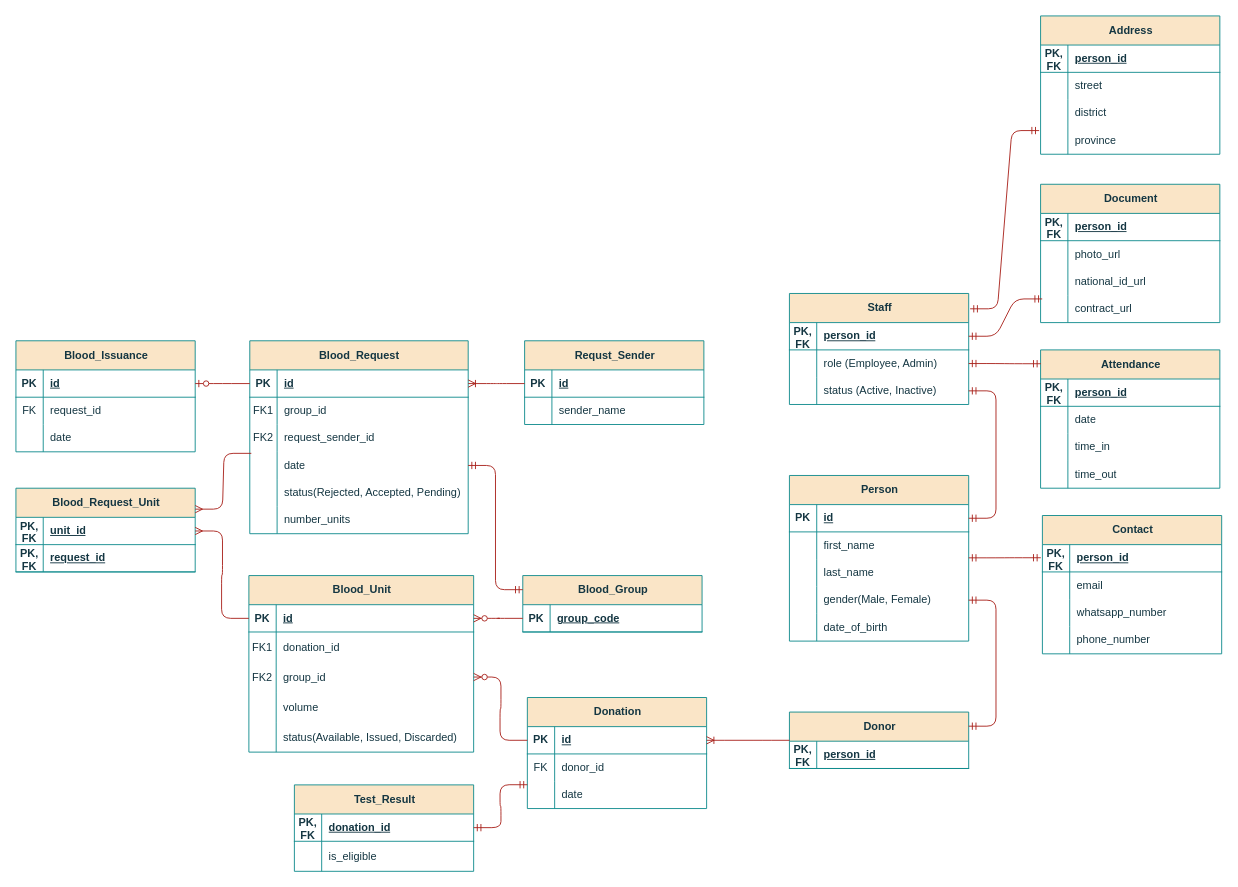
The draw.io diagram Blood Bank Database System/ERD_Files/ERD.drawio in reza720/database-projects-collection, before the edit. Source tidied: cells renumbered, new cells numbered last; positions are measured from the earlier drawing's top-left corner, leaving out a move shared by most shapes. Both pictures are drawn from the tidied source at 91%, with x=0, y=0 at pixel (15, 15).
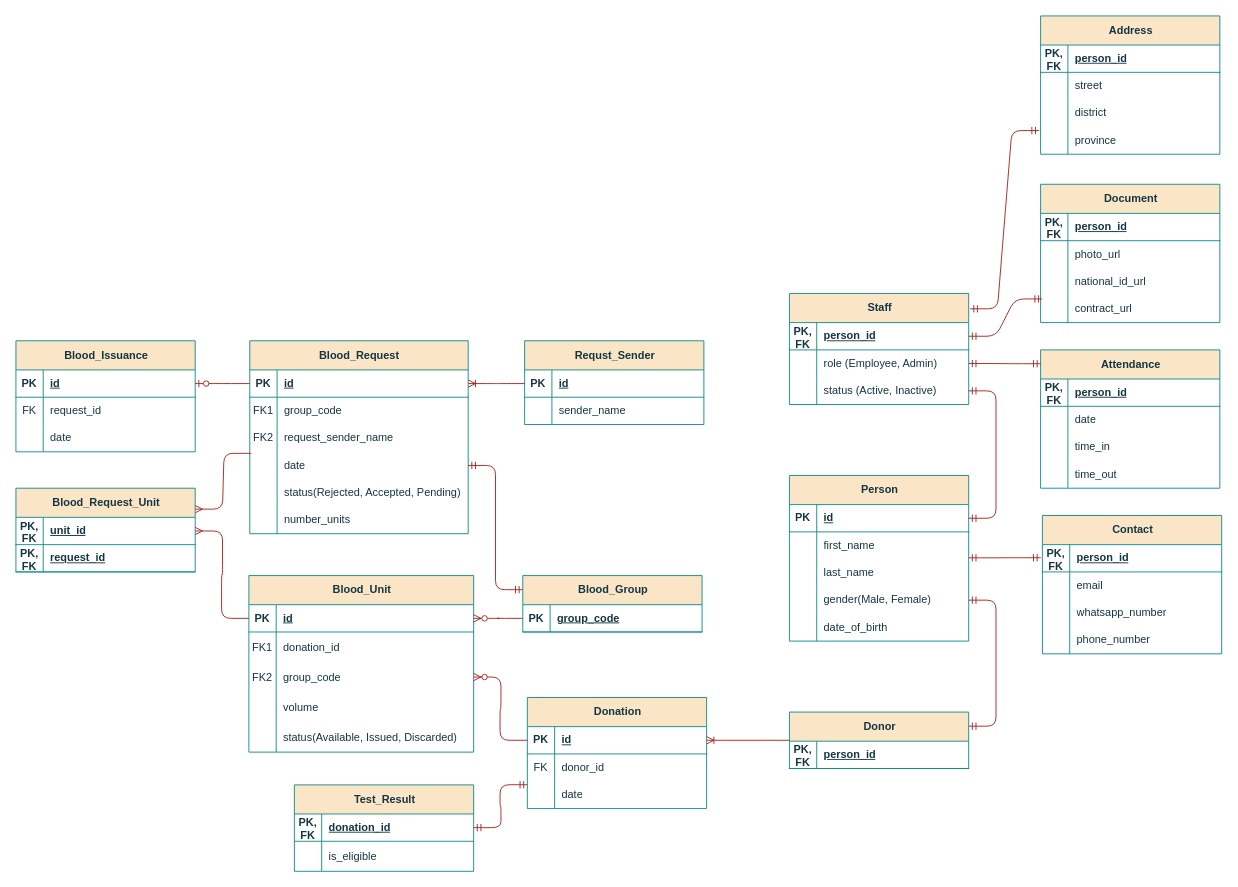
After the change.

Commit message (it also covers changes not shown here):
ERD FKs fixed

The change refers to these unchanged cells:
```xml
<mxCell id="116" style="shape=tableRow;horizontal=0;startSize=0;swimlaneHead=0;swimlaneBody=0;fillColor=none;points=[[0,0.5],[1,0.5]];portConstraint=eastwest;top=0;left=0;right=0;bottom=0;labelBackgroundColor=none;textShadow=0;fontStyle=1;strokeColor=#0F8B8D;fontColor=#143642;" parent="109" vertex="1">
  <mxGeometry y="95" width="247" height="33" as="geometry" />
</mxCell>
<mxCell id="135" style="shape=tableRow;horizontal=0;startSize=0;swimlaneHead=0;swimlaneBody=0;fillColor=none;top=0;left=0;right=0;bottom=0;labelBackgroundColor=none;textShadow=0;fontStyle=1;strokeColor=#0F8B8D;fontColor=#143642;" parent="131" vertex="1">
  <mxGeometry y="62" width="240" height="30" as="geometry" />
</mxCell>
<mxCell id="138" style="shape=tableRow;horizontal=0;startSize=0;swimlaneHead=0;swimlaneBody=0;fillColor=none;top=0;left=0;right=0;bottom=0;labelBackgroundColor=none;textShadow=0;fontStyle=1;strokeColor=#0F8B8D;fontColor=#143642;" parent="131" vertex="1">
  <mxGeometry y="92" width="240" height="30" as="geometry" />
</mxCell>
```

Change to the diagram source:
```diff
@@
-    <mxCell id="118" value="group_id" style="shape=partialRectangle;fillColor=none;top=0;left=0;bottom=0;right=0;align=left;spacingLeft=6;overflow=hidden;whiteSpace=wrap;html=1;labelBackgroundColor=none;textShadow=0;strokeColor=#0F8B8D;fontColor=#143642;" parent="116" vertex="1">
+    <mxCell id="118" value="group_code" style="shape=partialRectangle;fillColor=none;top=0;left=0;bottom=0;right=0;align=left;spacingLeft=6;overflow=hidden;whiteSpace=wrap;html=1;labelBackgroundColor=none;textShadow=0;strokeColor=#0F8B8D;fontColor=#143642;" parent="116" vertex="1">
       <mxGeometry x="30" width="217" height="33" as="geometry" />
     </mxCell>
@@
-    <mxCell id="137" value="group_id" style="shape=partialRectangle;fillColor=none;top=0;left=0;bottom=0;right=0;align=left;spacingLeft=6;overflow=hidden;whiteSpace=wrap;html=1;labelBackgroundColor=none;textShadow=0;strokeColor=#0F8B8D;fontColor=#143642;" parent="135" vertex="1">
+    <mxCell id="137" value="group_code" style="shape=partialRectangle;fillColor=none;top=0;left=0;bottom=0;right=0;align=left;spacingLeft=6;overflow=hidden;whiteSpace=wrap;html=1;labelBackgroundColor=none;textShadow=0;strokeColor=#0F8B8D;fontColor=#143642;" parent="135" vertex="1">
       <mxGeometry x="30" width="210" height="30" as="geometry" />
     </mxCell>
@@
-    <mxCell id="140" value="request_sender_id" style="shape=partialRectangle;fillColor=none;top=0;left=0;bottom=0;right=0;align=left;spacingLeft=6;overflow=hidden;whiteSpace=wrap;html=1;labelBackgroundColor=none;textShadow=0;strokeColor=#0F8B8D;fontColor=#143642;" parent="138" vertex="1">
+    <mxCell id="140" value="request_sender_name" style="shape=partialRectangle;fillColor=none;top=0;left=0;bottom=0;right=0;align=left;spacingLeft=6;overflow=hidden;whiteSpace=wrap;html=1;labelBackgroundColor=none;textShadow=0;strokeColor=#0F8B8D;fontColor=#143642;" parent="138" vertex="1">
       <mxGeometry x="30" width="210" height="30" as="geometry" />
     </mxCell>
```
